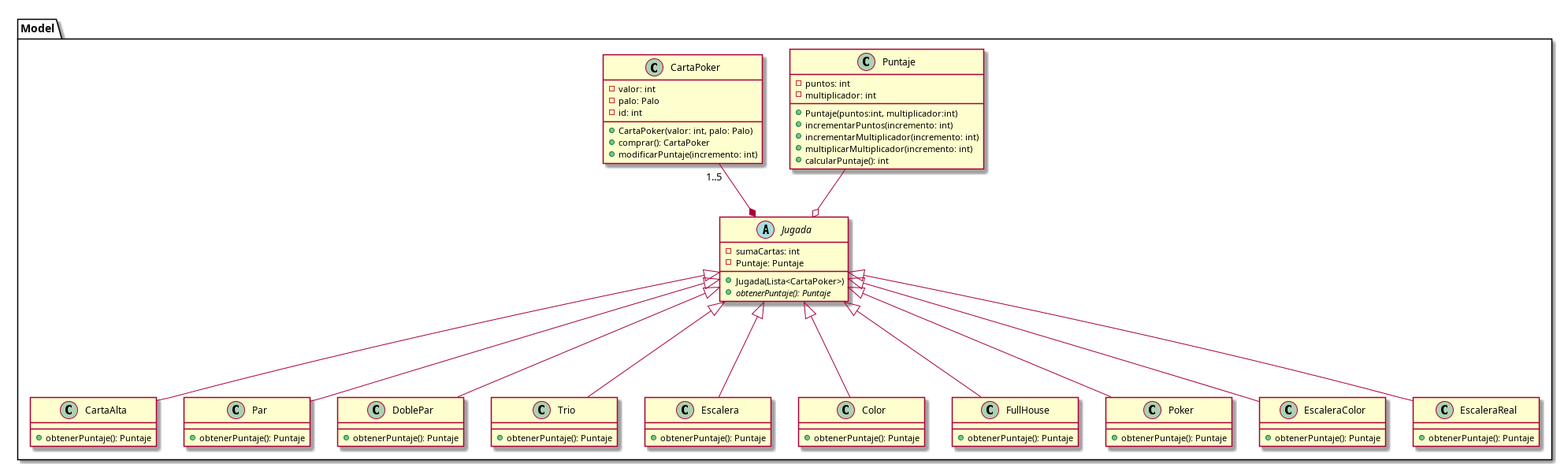
The PlantUML diagram diagrams/classes/clasesBalatro4.png in carruizdiaz1109/UBAlatro, before a commit. Its source is kept beside it as diagrams/classes/clasesBalatro4.puml.
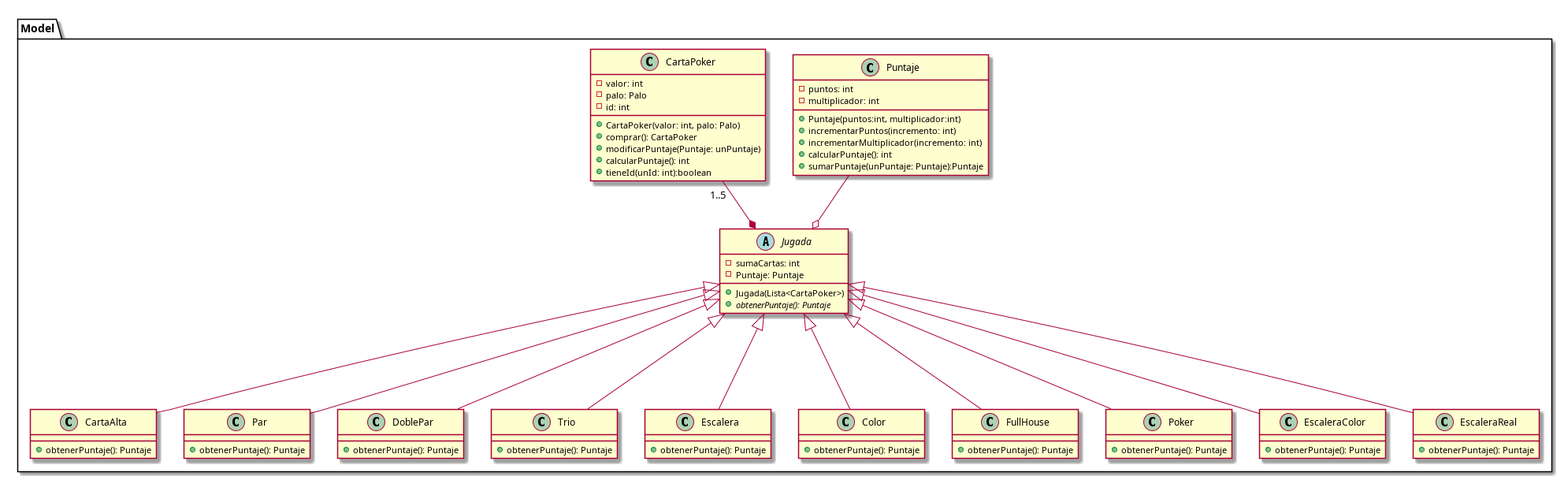
The same diagram one commit later.

Change to the diagram source:
```diff
@@ -1,15 +1,15 @@
 @startuml
 package Model {
 
-    class Puntaje {
-        - puntos: int
-        - multiplicador: int
-        + Puntaje(puntos:int, multiplicador:int)
-        + incrementarPuntos(incremento: int)
-        + incrementarMultiplicador(incremento: int)
-        + multiplicarMultiplicador(incremento: int)
-        + calcularPuntaje(): int
-    }
+   class Puntaje {
+       - puntos: int
+       - multiplicador: int
+       + Puntaje(puntos:int, multiplicador:int)
+       + incrementarPuntos(incremento: int)
+       + incrementarMultiplicador(incremento: int)
+       + calcularPuntaje(): int
+       + sumarPuntaje(unPuntaje: Puntaje):Puntaje
+   }
 
    class CartaPoker {
        - valor: int
@@ -17,7 +17,9 @@
        - id: int
        + CartaPoker(valor: int, palo: Palo)
        + comprar(): CartaPoker
-       + modificarPuntaje(incremento: int)
+       + modificarPuntaje(Puntaje: unPuntaje)
+       + calcularPuntaje(): int
+       + tieneId(unId: int):boolean
    }
 
     abstract class Jugada {
```
